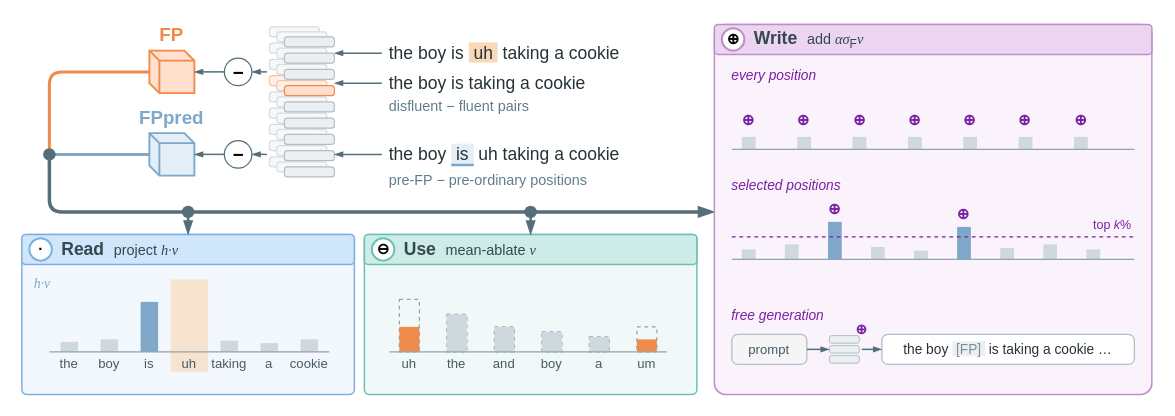
This is figures/overview.drawio from toferyoung-wq/Tofer_Test, a draw.io file, before an edit. Source tidied: cells renumbered, new cells numbered last; positions are measured from the earlier drawing's top-left corner, leaving out a move shared by most shapes. Both pictures are drawn from the tidied source at 125%, with x=0, y=0 at pixel (21, 21).
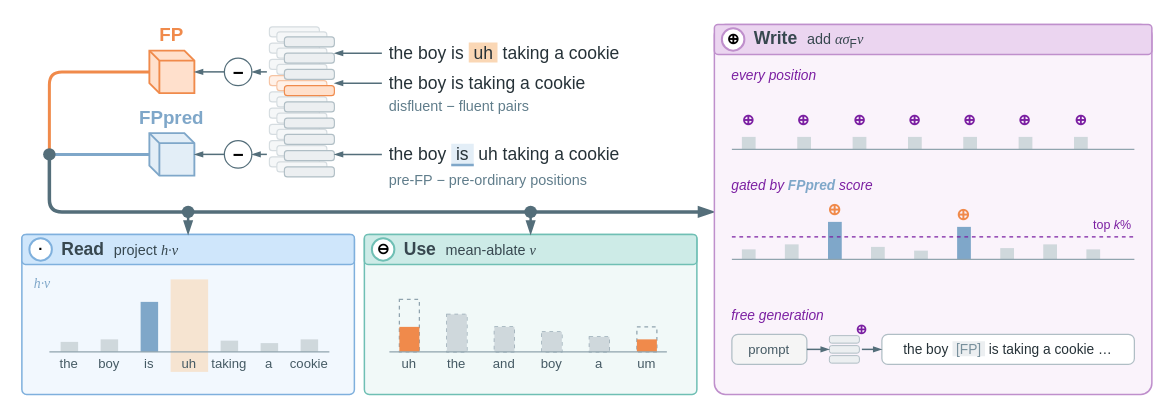
Above is the later version.

Commit message (it also covers changes not shown here):
Overview figure: make FPpred-as-gate explicit in the Write panel

Diff of the diagram source:
```diff
@@
     <mxCell id="102" value="&lt;i&gt;every position&lt;/i&gt;" style="text;html=1;strokeColor=none;fillColor=none;whiteSpace=wrap;fontFamily=Helvetica;fontSize=11;fontColor=#7B1FA2;align=left;verticalAlign=middle;" parent="1" vertex="1">
-      <mxGeometry x="566" y="36" width="160" height="14" as="geometry" />
+      <mxGeometry x="566" y="36" width="220" height="14" as="geometry" />
     </mxCell>
@@
-    <mxCell id="118" value="&lt;i&gt;selected positions&lt;/i&gt;" style="text;html=1;strokeColor=none;fillColor=none;whiteSpace=wrap;fontFamily=Helvetica;fontSize=11;fontColor=#7B1FA2;align=left;verticalAlign=middle;" parent="1" vertex="1">
-      <mxGeometry x="566" y="124" width="160" height="14" as="geometry" />
+    <mxCell id="118" value="&lt;i&gt;gated by &lt;b&gt;&lt;font color='#7FA7C9'&gt;FPpred&lt;/font&gt;&lt;/b&gt; score&lt;/i&gt;" style="text;html=1;strokeColor=none;fillColor=none;whiteSpace=wrap;fontFamily=Helvetica;fontSize=11;fontColor=#7B1FA2;align=left;verticalAlign=middle;" parent="1" vertex="1">
+      <mxGeometry x="566" y="124" width="220" height="14" as="geometry" />
     </mxCell>
@@
-    <mxCell id="122" value="⊕" style="text;html=1;strokeColor=none;fillColor=none;whiteSpace=wrap;fontFamily=Helvetica;fontSize=12;fontColor=#7B1FA2;align=center;verticalAlign=middle;fontStyle=1;" parent="1" vertex="1">
+    <mxCell id="122" value="⊕" style="text;html=1;strokeColor=none;fillColor=none;whiteSpace=wrap;fontFamily=Helvetica;fontSize=13;fontColor=#F08A4B;align=center;verticalAlign=middle;fontStyle=1;" parent="1" vertex="1">
       <mxGeometry x="641.9" y="143" width="17" height="14" as="geometry" />
     </mxCell>
@@
-    <mxCell id="126" value="⊕" style="text;html=1;strokeColor=none;fillColor=none;whiteSpace=wrap;fontFamily=Helvetica;fontSize=12;fontColor=#7B1FA2;align=center;verticalAlign=middle;fontStyle=1;" parent="1" vertex="1">
+    <mxCell id="126" value="⊕" style="text;html=1;strokeColor=none;fillColor=none;whiteSpace=wrap;fontFamily=Helvetica;fontSize=13;fontColor=#F08A4B;align=center;verticalAlign=middle;fontStyle=1;" parent="1" vertex="1">
       <mxGeometry x="745.2" y="147" width="17" height="14" as="geometry" />
     </mxCell>
```
